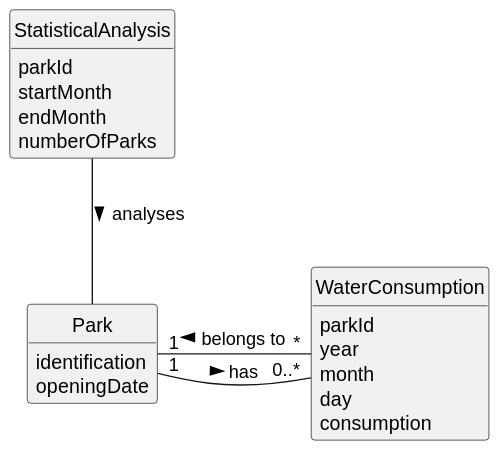
This is docs/sprintB/us009/02.analysis/svg/us009-domain-model.svg from ricardomm7/leaflink, a PlantUML export, as it was before one commit.
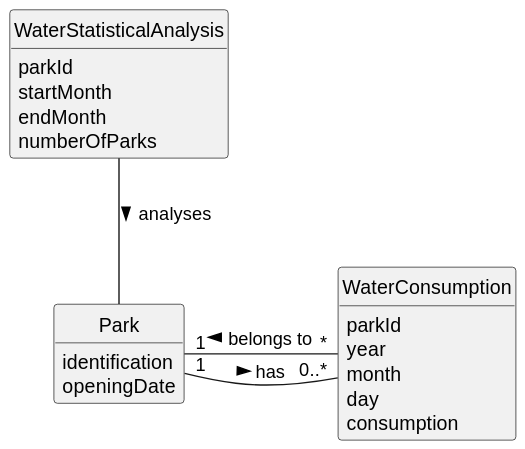
After the commit.

Change to the diagram source:
```diff
@@ -23,7 +23,7 @@
     consumption
 }
 
-class StatisticalAnalysis {
+class WaterStatisticalAnalysis {
     parkId
     startMonth
     endMonth
@@ -32,5 +32,5 @@
 
 Park "1" - "0..*" WaterConsumption : has >
 WaterConsumption "*" -- "1" Park : belongs to >
-StatisticalAnalysis -- Park : analyses >
+WaterStatisticalAnalysis -- Park : analyses >
 @enduml
```
